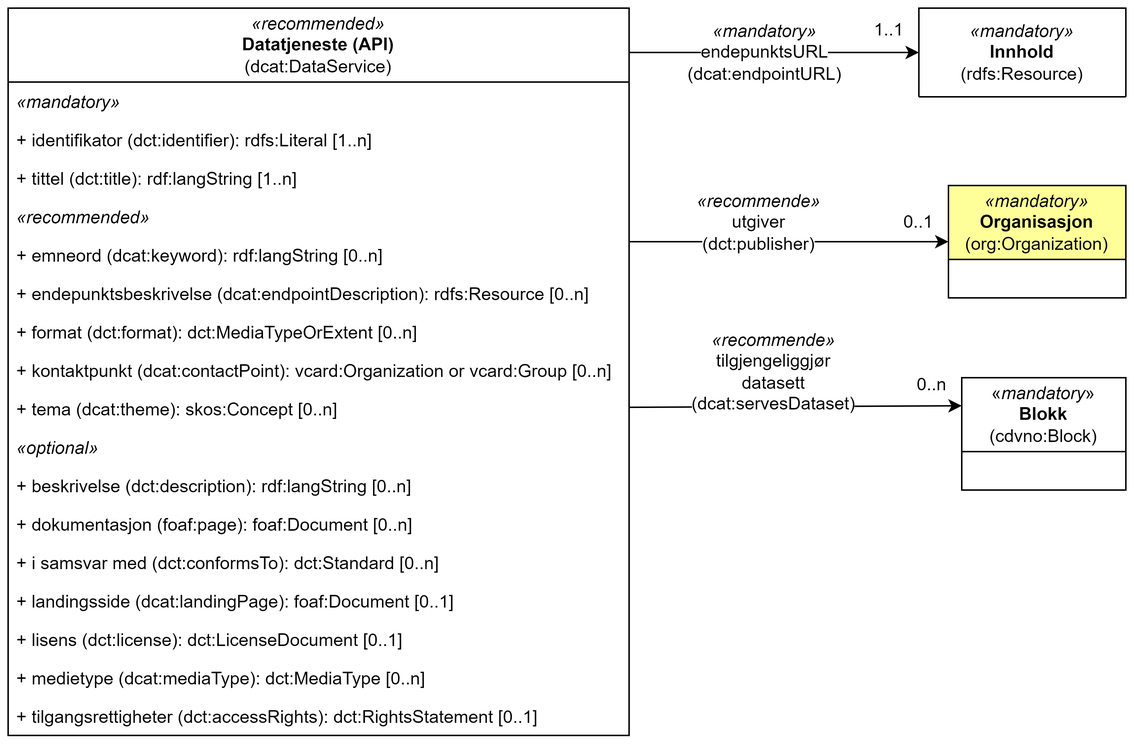
jimjyang/playground keeps this draw.io diagram as cdvno/images/cdvno-dataservice.png. Above is the earlier version. Source tidied: cells renumbered, new cells last; positions are measured from the earlier drawing's top-left corner, leaving out a move shared by most shapes.
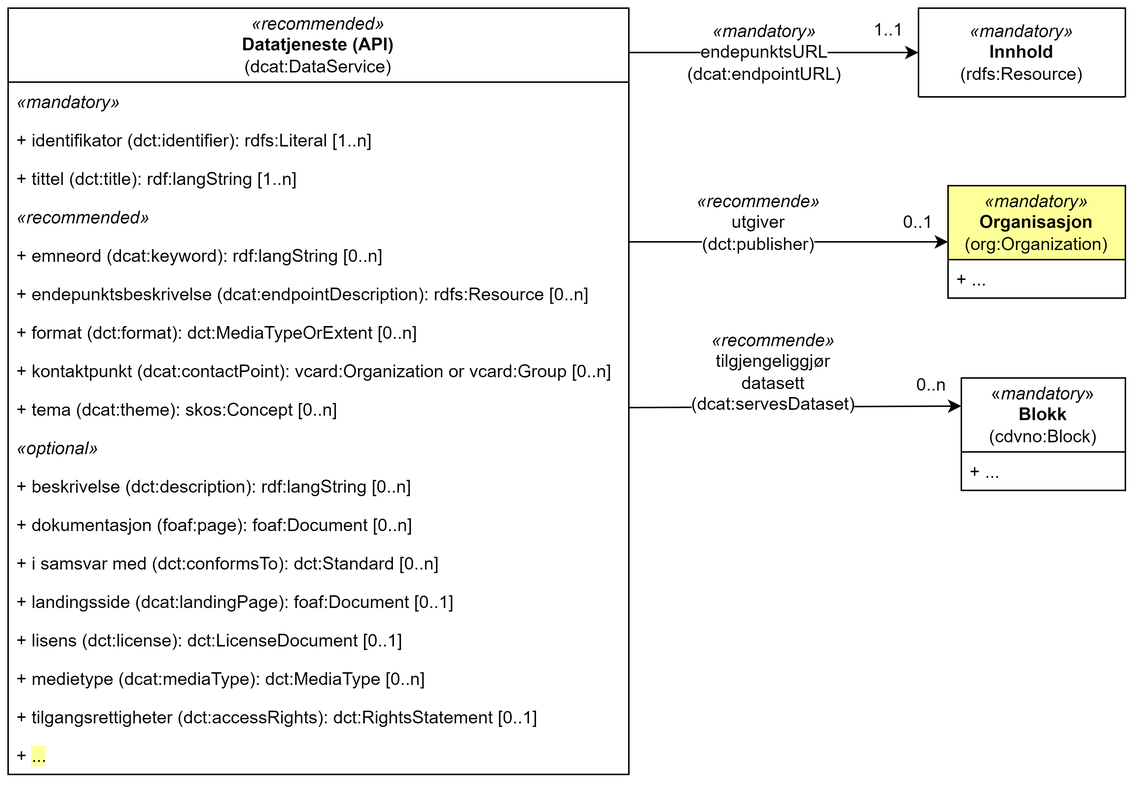
Above is the later version.

What changed in the source:
```diff
@@ -6,7 +6,7 @@
       <mxGeometry x="616" width="140" height="60" as="geometry" />
     </mxCell>
     <mxCell id="3" value="&lt;i style=&quot;border-color: var(--border-color);&quot;&gt;«recommended»&lt;/i&gt;&lt;br style=&quot;border-color: var(--border-color);&quot;&gt;&lt;b style=&quot;border-color: var(--border-color);&quot;&gt;Datatjeneste (API)&lt;br style=&quot;border-color: var(--border-color);&quot;&gt;&lt;/b&gt;(dcat:DataService)" style="swimlane;fontStyle=0;horizontal=1;startSize=50;fillColor=none;whiteSpace=wrap;html=1;" parent="1" vertex="1">
-      <mxGeometry width="420" height="492" as="geometry" />
+      <mxGeometry width="420" height="518" as="geometry" />
     </mxCell>
     <mxCell id="4" value="&lt;i&gt;«mandatory»&lt;/i&gt;" style="text;strokeColor=none;fillColor=none;align=left;verticalAlign=top;spacingLeft=4;spacingRight=4;overflow=hidden;whiteSpace=wrap;html=1;" parent="3" vertex="1">
       <mxGeometry y="50" width="420" height="26" as="geometry" />
@@ -59,6 +59,9 @@
     <mxCell id="20" value="+&amp;nbsp;tilgangsrettigheter (dct:accessRights)&lt;span style=&quot;background-color: initial;&quot;&gt;: dct:RightsStatement&amp;nbsp;[0..1]&lt;/span&gt;" style="text;strokeColor=none;fillColor=none;align=left;verticalAlign=top;spacingLeft=4;spacingRight=4;overflow=hidden;whiteSpace=wrap;html=1;" parent="3" vertex="1">
       <mxGeometry y="466" width="420" height="26" as="geometry" />
     </mxCell>
+    <mxCell id="32" value="+ &lt;span style=&quot;background-color: rgb(255, 255, 153);&quot;&gt;...&lt;/span&gt;" style="text;strokeColor=none;fillColor=none;align=left;verticalAlign=top;spacingLeft=4;spacingRight=4;overflow=hidden;whiteSpace=wrap;html=1;" parent="3" vertex="1">
+      <mxGeometry y="492" width="420" height="26" as="geometry" />
+    </mxCell>
     <mxCell id="21" style="endArrow=classic;html=1;rounded=0;entryX=0;entryY=0.25;entryDx=0;entryDy=0;" parent="1" edge="1" source="12" target="26">
       <mxGeometry relative="1" as="geometry" />
     </mxCell>
@@ -79,12 +82,18 @@
     <mxCell id="26" value="«&lt;i&gt;mandatory&lt;/i&gt;»&lt;br&gt;&lt;b&gt;Blokk&lt;br&gt;&lt;/b&gt;(cdvno:Block)" style="swimlane;fontStyle=0;horizontal=1;startSize=50;fillColor=none;whiteSpace=wrap;html=1;" parent="1" vertex="1">
       <mxGeometry x="645" y="250" width="111" height="76" as="geometry" />
     </mxCell>
+    <mxCell id="33" value="+ ..." style="text;strokeColor=none;fillColor=none;align=left;verticalAlign=top;spacingLeft=4;spacingRight=4;overflow=hidden;whiteSpace=wrap;html=1;" parent="26" vertex="1">
+      <mxGeometry y="50" width="111" height="26" as="geometry" />
+    </mxCell>
     <mxCell id="27" value="0..n" style="text;html=1;strokeColor=none;fillColor=none;align=center;verticalAlign=middle;whiteSpace=wrap;rounded=0;" parent="1" vertex="1">
       <mxGeometry x="605" y="240" width="40" height="30" as="geometry" />
     </mxCell>
     <mxCell id="28" value="&lt;i&gt;«mandatory»&lt;/i&gt;&lt;br&gt;&lt;b&gt;Organisasjon&lt;br&gt;&lt;/b&gt;(org:Organization)" style="swimlane;fontStyle=0;horizontal=1;startSize=50;fillColor=#FFFF99;whiteSpace=wrap;html=1;" parent="1" vertex="1">
       <mxGeometry x="636" y="120" width="120" height="76" as="geometry" />
     </mxCell>
+    <mxCell id="34" value="+ ..." style="text;strokeColor=none;fillColor=none;align=left;verticalAlign=top;spacingLeft=4;spacingRight=4;overflow=hidden;whiteSpace=wrap;html=1;" parent="28" vertex="1">
+      <mxGeometry y="50" width="120" height="26" as="geometry" />
+    </mxCell>
     <mxCell id="29" style="endArrow=classic;html=1;rounded=0;entryX=0;entryY=0.5;entryDx=0;entryDy=0;exitX=1;exitY=0.154;exitDx=0;exitDy=0;exitPerimeter=0;" parent="1" edge="1" source="8" target="28">
       <mxGeometry relative="1" as="geometry" />
     </mxCell>
```
